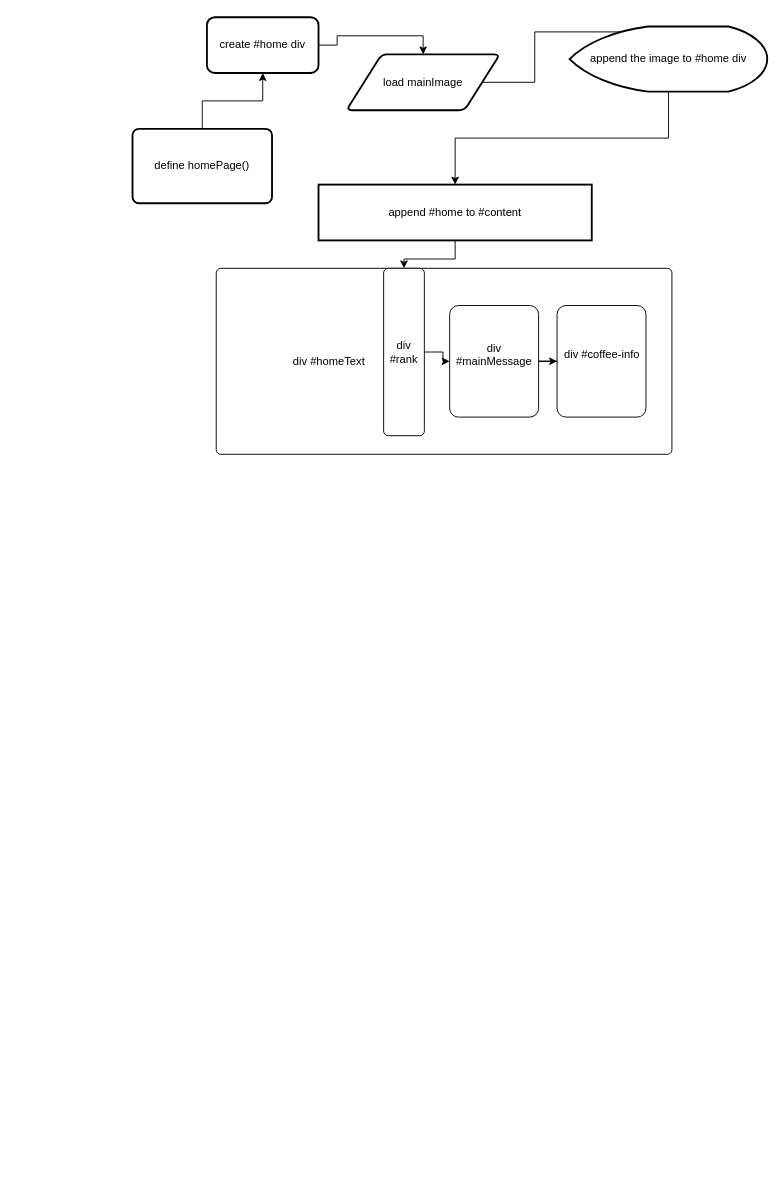
The draw.io diagram page "Page-3" (3 of 3) of restaurantPage.drawio in Hayam999/restaurant-page, before the edit. Source tidied: cells renumbered, new cells numbered last; positions are measured from the earlier drawing's top-left corner, leaving out a move shared by most shapes. Both pictures are drawn from the tidied source at 93%, with x=0, y=0 at pixel (132, 17).
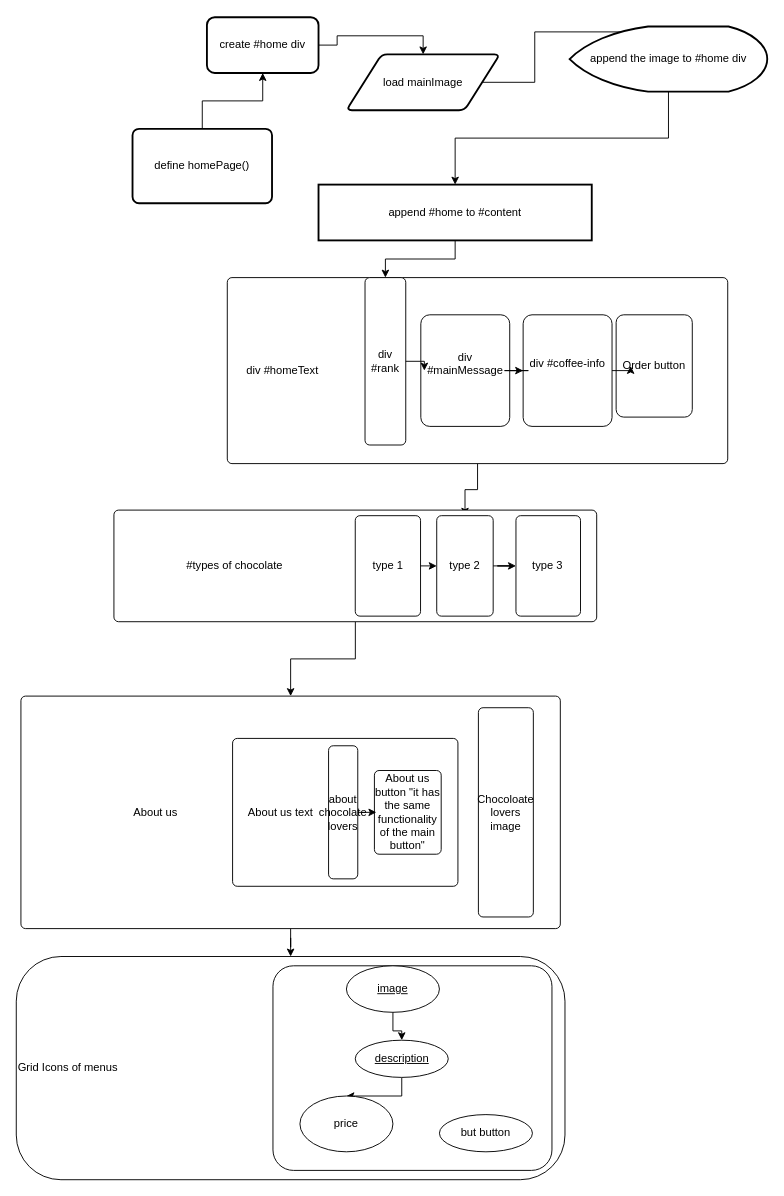
Above is the later version.

Diff of the diagram source:
```diff
@@
+    <mxCell id="19" style="edgeStyle=orthogonalEdgeStyle;rounded=0;jettySize=auto;html=1;" parent="1" edge="1" source="12" target="26">
+      <mxGeometry relative="1" as="geometry" />
+    </mxCell>
     <mxCell id="12" style="rounded=1;absoluteArcSize=1;html=1;arcSize=10;" parent="1" vertex="1">
-      <mxGeometry x="90" y="270" width="490" height="200" as="geometry" />
+      <mxGeometry x="101.9" y="280" width="538.1" height="200" as="geometry" />
     </mxCell>
     <mxCell id="13" value="div #homeText" style="html=1;shape=mxgraph.er.anchor;whiteSpace=wrap;" parent="12" vertex="1">
-      <mxGeometry width="243" height="200" as="geometry" />
+      <mxGeometry x="-61.9" width="243" height="200" as="geometry" />
     </mxCell>
     <mxCell id="14" value="div #rank" style="rounded=1;absoluteArcSize=1;html=1;arcSize=10;whiteSpace=wrap;points=[];strokeColor=inherit;fillColor=inherit;" parent="12" vertex="1">
-      <mxGeometry x="180" width="43.8" height="180" as="geometry" />
+      <mxGeometry x="148.1" width="43.8" height="180" as="geometry" />
     </mxCell>
     <mxCell id="15" value="&lt;div&gt;div #mainMessage&lt;/div&gt;&lt;div&gt;&lt;br&gt;&lt;/div&gt;" style="whiteSpace=wrap;html=1;fillColor=inherit;strokeColor=inherit;rounded=1;arcSize=10;" parent="12" vertex="1">
-      <mxGeometry x="251" y="40" width="95.6" height="120" as="geometry" />
+      <mxGeometry x="208.1" y="40" width="95.6" height="120" as="geometry" />
     </mxCell>
@@
     <mxCell id="17" value="&lt;div&gt;div #coffee-info&lt;br&gt;&lt;/div&gt;&lt;div&gt;&lt;br&gt;&lt;/div&gt;" style="whiteSpace=wrap;html=1;fillColor=inherit;strokeColor=inherit;rounded=1;arcSize=10;" parent="12" vertex="1">
-      <mxGeometry x="366.5" y="40" width="95.6" height="120" as="geometry" />
+      <mxGeometry x="318.1" y="40" width="95.6" height="120" as="geometry" />
     </mxCell>
@@
+    <mxCell id="20" value="Order button" style="whiteSpace=wrap;html=1;fillColor=inherit;strokeColor=inherit;rounded=1;arcSize=10;" parent="12" vertex="1">
+      <mxGeometry x="418.1" y="40" width="81.9" height="110" as="geometry" />
+    </mxCell>
+    <mxCell id="21" style="edgeStyle=orthogonalEdgeStyle;rounded=0;jettySize=auto;html=1;" parent="12" edge="1" source="17" target="20">
+      <mxGeometry relative="1" as="geometry" />
+    </mxCell>
+    <mxCell id="22" style="edgeStyle=orthogonalEdgeStyle;rounded=0;jettySize=auto;html=1;" parent="1" edge="1" source="23" target="31">
+      <mxGeometry relative="1" as="geometry" />
+    </mxCell>
+    <mxCell id="23" style="rounded=1;absoluteArcSize=1;html=1;arcSize=10;" parent="1" vertex="1">
+      <mxGeometry x="-20" y="530" width="519.1" height="120" as="geometry" />
+    </mxCell>
+    <mxCell id="24" value="#types of chocolate" style="html=1;shape=mxgraph.er.anchor;whiteSpace=wrap;" parent="23" vertex="1">
+      <mxGeometry width="259.5" height="120" as="geometry" />
+    </mxCell>
+    <mxCell id="25" value="type 1" style="rounded=1;absoluteArcSize=1;html=1;arcSize=10;whiteSpace=wrap;points=[];strokeColor=inherit;fillColor=inherit;" parent="23" vertex="1">
+      <mxGeometry x="259.5" y="6" width="70.2" height="108" as="geometry" />
+    </mxCell>
+    <mxCell id="26" value="type 2" style="rounded=1;absoluteArcSize=1;html=1;arcSize=10;whiteSpace=wrap;points=[];strokeColor=inherit;fillColor=inherit;" parent="23" vertex="1">
+      <mxGeometry x="347.1" y="6" width="60.7" height="108" as="geometry" />
+    </mxCell>
+    <mxCell id="27" style="edgeStyle=orthogonalEdgeStyle;rounded=0;jettySize=auto;html=1;" parent="23" edge="1" source="25" target="26">
+      <mxGeometry relative="1" as="geometry">
+        <Array as="points">
+          <mxPoint x="381.8" y="48" />
+          <mxPoint x="381.8" y="48" />
+        </Array>
+      </mxGeometry>
+    </mxCell>
+    <mxCell id="28" value="type 3" style="rounded=1;absoluteArcSize=1;html=1;arcSize=10;whiteSpace=wrap;points=[];strokeColor=inherit;fillColor=inherit;" parent="23" vertex="1">
+      <mxGeometry x="432.3" y="6" width="69.4" height="108" as="geometry" />
+    </mxCell>
+    <mxCell id="29" style="edgeStyle=orthogonalEdgeStyle;rounded=0;jettySize=auto;html=1;" parent="23" edge="1" source="26" target="28">
+      <mxGeometry relative="1" as="geometry" />
+    </mxCell>
+    <mxCell id="30" style="edgeStyle=orthogonalEdgeStyle;rounded=0;jettySize=auto;html=1;" parent="1" edge="1" source="31" target="39">
+      <mxGeometry relative="1" as="geometry" />
+    </mxCell>
+    <mxCell id="31" style="rounded=1;absoluteArcSize=1;html=1;arcSize=10;" parent="1" vertex="1">
+      <mxGeometry x="-120" y="730" width="580" height="250" as="geometry" />
+    </mxCell>
+    <mxCell id="32" value="About us" style="html=1;shape=mxgraph.er.anchor;whiteSpace=wrap;" parent="31" vertex="1">
+      <mxGeometry width="290" height="250" as="geometry" />
+    </mxCell>
+    <mxCell id="33" value="Chocoloate lovers image" style="rounded=1;absoluteArcSize=1;html=1;arcSize=10;whiteSpace=wrap;strokeColor=inherit;fillColor=inherit;" parent="31" vertex="1">
+      <mxGeometry x="491.9" y="12.5" width="59.1" height="225" as="geometry" />
+    </mxCell>
+    <mxCell id="34" style="rounded=1;absoluteArcSize=1;html=1;arcSize=10;" parent="31" vertex="1">
+      <mxGeometry x="227.6" y="45.5" width="242.3" height="159" as="geometry" />
+    </mxCell>
+    <mxCell id="35" value="About us text" style="html=1;shape=mxgraph.er.anchor;whiteSpace=wrap;" parent="34" vertex="1">
+      <mxGeometry width="103.2" height="159" as="geometry" />
+    </mxCell>
+    <mxCell id="36" value="about chocolate lovers" style="rounded=1;absoluteArcSize=1;html=1;arcSize=10;whiteSpace=wrap;points=[];strokeColor=inherit;fillColor=inherit;" parent="34" vertex="1">
+      <mxGeometry x="103.2" y="7.9" width="31.4" height="143.1" as="geometry" />
+    </mxCell>
+    <mxCell id="37" value="About us button &quot;it has the same functionality of the main button&quot;" style="rounded=1;absoluteArcSize=1;html=1;arcSize=10;whiteSpace=wrap;points=[];strokeColor=inherit;fillColor=inherit;" parent="34" vertex="1">
+      <mxGeometry x="152.5" y="34.5" width="71.8" height="90" as="geometry" />
+    </mxCell>
+    <mxCell id="38" style="edgeStyle=orthogonalEdgeStyle;rounded=0;jettySize=auto;html=1;" parent="34" edge="1" source="36" target="37">
+      <mxGeometry relative="1" as="geometry" />
+    </mxCell>
+    <mxCell id="39" value="&lt;div align=&quot;left&quot;&gt;Grid Icons of menus&lt;/div&gt;" style="whiteSpace=wrap;html=1;rounded=1;arcSize=20;align=left;" parent="1" vertex="1">
+      <mxGeometry x="-125" y="1010" width="590" height="240" as="geometry" />
+    </mxCell>
+    <mxCell id="40" style="rounded=1;arcSize=10;whiteSpace=wrap;html=1;align=center;" parent="39" vertex="1">
+      <mxGeometry x="276" y="10" width="300" height="220" as="geometry" />
+    </mxCell>
+    <mxCell id="41" style="edgeStyle=orthogonalEdgeStyle;rounded=0;jettySize=auto;html=1;" parent="1" edge="1" source="45" target="43">
+      <mxGeometry relative="1" as="geometry" />
+    </mxCell>
+    <mxCell id="42" value="image " style="ellipse;whiteSpace=wrap;html=1;align=center;fontStyle=4;" parent="1" vertex="1">
+      <mxGeometry x="230" y="1020" width="100" height="50" as="geometry" />
+    </mxCell>
+    <mxCell id="43" value="price" style="ellipse;whiteSpace=wrap;html=1;align=center;" parent="1" vertex="1">
+      <mxGeometry x="180" y="1160" width="100" height="60" as="geometry" />
+    </mxCell>
+    <mxCell id="44" style="edgeStyle=orthogonalEdgeStyle;rounded=0;jettySize=auto;html=1;" parent="1" edge="1" source="42" target="45">
+      <mxGeometry relative="1" as="geometry" />
+    </mxCell>
+    <mxCell id="45" value="description" style="ellipse;whiteSpace=wrap;html=1;align=center;fontStyle=4;" parent="1" vertex="1">
+      <mxGeometry x="239.5" y="1100" width="100" height="40" as="geometry" />
+    </mxCell>
+    <mxCell id="46" value="but button" style="ellipse;whiteSpace=wrap;html=1;align=center;" parent="1" vertex="1">
+      <mxGeometry x="330" y="1180" width="100" height="40" as="geometry" />
+    </mxCell>
```
